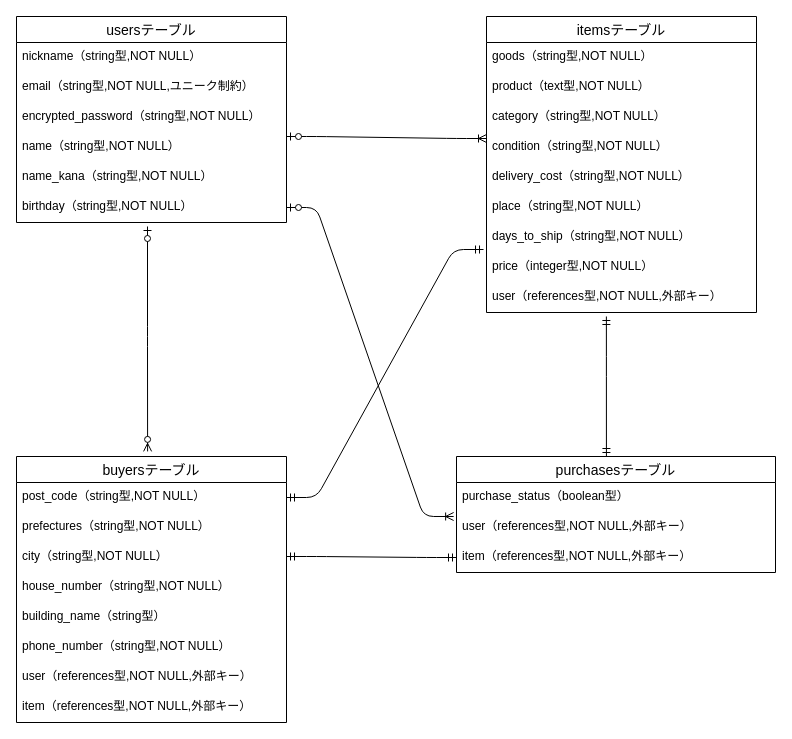
Earlier version of the draw.io diagram er.dio (ryomas501/furima-39757). Source tidied: cells renumbered, new cells numbered last; positions are measured from the earlier drawing's top-left corner, leaving out a move shared by most shapes. Both pictures are drawn from the tidied source at 100%, with x=0, y=0 at pixel (16, 16).
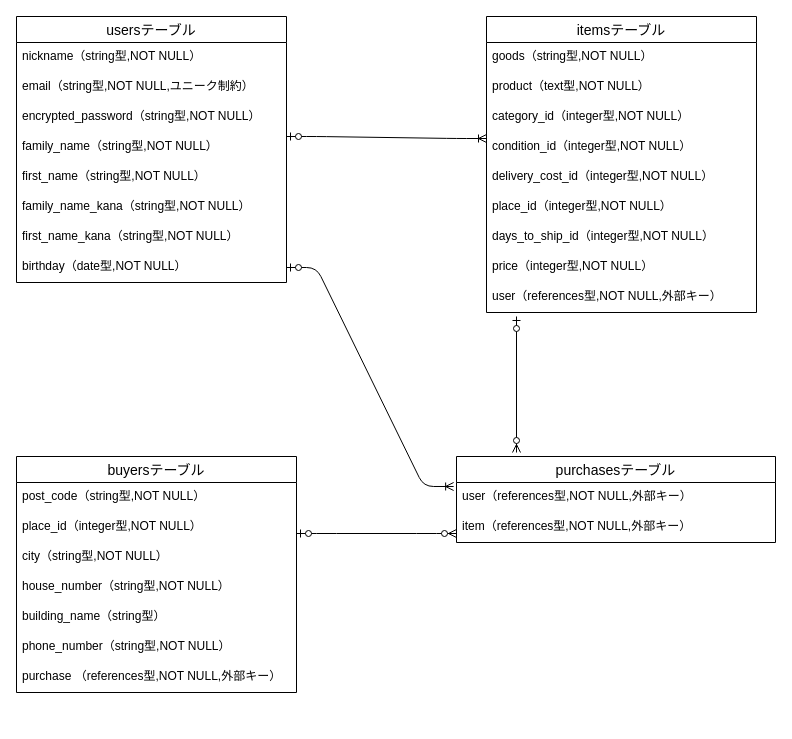
After the change.

Commit message (it also covers changes not shown here):
README・ER図作成（修正）

Unchanged cells that the change refers to:
```xml
<mxCell id="9" value="itemsテーブル" style="swimlane;fontStyle=0;horizontal=1;startSize=26;align=center;fontSize=14;" parent="1" vertex="1">
  <mxGeometry x="470" width="270" height="296" as="geometry" />
</mxCell>
<mxCell id="18" value="user（references型,NOT NULL,外部キー）" style="text;strokeColor=none;fillColor=none;spacingLeft=4;spacingRight=4;overflow=hidden;points=[[0,0.5],[1,0.5]];portConstraint=eastwest;fontSize=12;" parent="9" vertex="1">
  <mxGeometry y="266" width="270" height="30" as="geometry" />
</mxCell>
```

What changed in the source:
```diff
@@
     <mxCell id="2" value="usersテーブル" style="swimlane;fontStyle=0;horizontal=1;startSize=26;align=center;fontSize=14;" parent="1" vertex="1">
-      <mxGeometry width="270" height="206" as="geometry" />
+      <mxGeometry width="270" height="266" as="geometry" />
     </mxCell>
@@
-    <mxCell id="6" value="name（string型,NOT NULL）" style="text;strokeColor=none;fillColor=none;spacingLeft=4;spacingRight=4;overflow=hidden;fontSize=12;" parent="2" vertex="1">
+    <mxCell id="6" value="family_name（string型,NOT NULL）" style="text;strokeColor=none;fillColor=none;spacingLeft=4;spacingRight=4;overflow=hidden;fontSize=12;" parent="2" vertex="1">
       <mxGeometry y="116" width="270" height="30" as="geometry" />
     </mxCell>
+    <mxCell id="38" value="first_name（string型,NOT NULL）" style="text;strokeColor=none;fillColor=none;spacingLeft=4;spacingRight=4;overflow=hidden;fontSize=12;" parent="2" vertex="1">
+      <mxGeometry y="146" width="270" height="30" as="geometry" />
+    </mxCell>
-    <mxCell id="7" value="name_kana（string型,NOT NULL）" style="text;strokeColor=none;fillColor=none;spacingLeft=4;spacingRight=4;overflow=hidden;fontSize=12;" parent="2" vertex="1">
-      <mxGeometry y="146" width="270" height="30" as="geometry" />
+    <mxCell id="7" value="family_name_kana（string型,NOT NULL）" style="text;strokeColor=none;fillColor=none;spacingLeft=4;spacingRight=4;overflow=hidden;fontSize=12;" parent="2" vertex="1">
+      <mxGeometry y="176" width="270" height="30" as="geometry" />
     </mxCell>
+    <mxCell id="39" value="first_name_kana（string型,NOT NULL）" style="text;strokeColor=none;fillColor=none;spacingLeft=4;spacingRight=4;overflow=hidden;fontSize=12;" parent="2" vertex="1">
+      <mxGeometry y="206" width="270" height="30" as="geometry" />
+    </mxCell>
-    <mxCell id="8" value="birthday（string型,NOT NULL）" style="text;strokeColor=none;fillColor=none;spacingLeft=4;spacingRight=4;overflow=hidden;points=[[0,0.5],[1,0.5]];portConstraint=eastwest;fontSize=12;" parent="2" vertex="1">
-      <mxGeometry y="176" width="270" height="30" as="geometry" />
+    <mxCell id="8" value="birthday（date型,NOT NULL）" style="text;strokeColor=none;fillColor=none;spacingLeft=4;spacingRight=4;overflow=hidden;points=[[0,0.5],[1,0.5]];portConstraint=eastwest;fontSize=12;" parent="2" vertex="1">
+      <mxGeometry y="236" width="270" height="30" as="geometry" />
     </mxCell>
@@
-    <mxCell id="12" value="category（string型,NOT NULL）" style="text;strokeColor=none;fillColor=none;spacingLeft=4;spacingRight=4;overflow=hidden;fontSize=12;" parent="9" vertex="1">
+    <mxCell id="12" value="category_id（integer型,NOT NULL）" style="text;strokeColor=none;fillColor=none;spacingLeft=4;spacingRight=4;overflow=hidden;fontSize=12;" parent="9" vertex="1">
       <mxGeometry y="86" width="270" height="30" as="geometry" />
     </mxCell>
-    <mxCell id="13" value="condition（string型,NOT NULL）" style="text;strokeColor=none;fillColor=none;spacingLeft=4;spacingRight=4;overflow=hidden;fontSize=12;" parent="9" vertex="1">
+    <mxCell id="13" value="condition_id（integer型,NOT NULL）" style="text;strokeColor=none;fillColor=none;spacingLeft=4;spacingRight=4;overflow=hidden;fontSize=12;" parent="9" vertex="1">
       <mxGeometry y="116" width="270" height="30" as="geometry" />
     </mxCell>
-    <mxCell id="14" value="delivery_cost（string型,NOT NULL）" style="text;strokeColor=none;fillColor=none;spacingLeft=4;spacingRight=4;overflow=hidden;fontSize=12;" parent="9" vertex="1">
+    <mxCell id="14" value="delivery_cost_id（integer型,NOT NULL）" style="text;strokeColor=none;fillColor=none;spacingLeft=4;spacingRight=4;overflow=hidden;fontSize=12;" parent="9" vertex="1">
       <mxGeometry y="146" width="270" height="30" as="geometry" />
     </mxCell>
-    <mxCell id="15" value="place（string型,NOT NULL）" style="text;strokeColor=none;fillColor=none;spacingLeft=4;spacingRight=4;overflow=hidden;fontSize=12;" parent="9" vertex="1">
+    <mxCell id="15" value="place_id（integer型,NOT NULL）" style="text;strokeColor=none;fillColor=none;spacingLeft=4;spacingRight=4;overflow=hidden;fontSize=12;" parent="9" vertex="1">
       <mxGeometry y="176" width="270" height="30" as="geometry" />
     </mxCell>
-    <mxCell id="16" value="days_to_ship（string型,NOT NULL）" style="text;strokeColor=none;fillColor=none;spacingLeft=4;spacingRight=4;overflow=hidden;points=[[0,0.5],[1,0.5]];portConstraint=eastwest;fontSize=12;" parent="9" vertex="1">
+    <mxCell id="16" value="days_to_ship_id（integer型,NOT NULL）" style="text;strokeColor=none;fillColor=none;spacingLeft=4;spacingRight=4;overflow=hidden;points=[[0,0.5],[1,0.5]];portConstraint=eastwest;fontSize=12;" parent="9" vertex="1">
       <mxGeometry y="206" width="270" height="30" as="geometry" />
     </mxCell>
@@
+    <mxCell id="40" style="edgeStyle=orthogonalEdgeStyle;fontSize=12;html=1;endArrow=ERzeroToMany;startArrow=ERzeroToOne;entryX=0.111;entryY=1.133;entryDx=0;entryDy=0;entryPerimeter=0;exitX=0.111;exitY=1.133;exitDx=0;exitDy=0;exitPerimeter=0;" parent="9" edge="1" source="18">
+      <mxGeometry relative="1" as="geometry">
+        <mxPoint x="30" y="436" as="targetPoint" />
+        <Array as="points">
+          <mxPoint x="30" y="436" />
+        </Array>
+      </mxGeometry>
+    </mxCell>
     <mxCell id="19" value="buyersテーブル" style="swimlane;fontStyle=0;horizontal=1;startSize=26;align=center;fontSize=14;" parent="1" vertex="1">
-      <mxGeometry y="440" width="270" height="266" as="geometry" />
+      <mxGeometry y="440" width="280" height="236" as="geometry" />
     </mxCell>
     <mxCell id="20" value="post_code（string型,NOT NULL）" style="text;strokeColor=none;fillColor=none;spacingLeft=4;spacingRight=4;overflow=hidden;points=[[0,0.5],[1,0.5]];portConstraint=eastwest;fontSize=12;" parent="19" vertex="1">
-      <mxGeometry y="26" width="270" height="30" as="geometry" />
+      <mxGeometry y="26" width="280" height="30" as="geometry" />
     </mxCell>
-    <mxCell id="21" value="prefectures（string型,NOT NULL）" style="text;strokeColor=none;fillColor=none;spacingLeft=4;spacingRight=4;overflow=hidden;fontSize=12;" parent="19" vertex="1">
-      <mxGeometry y="56" width="270" height="30" as="geometry" />
+    <mxCell id="21" value="place_id（integer型,NOT NULL）" style="text;strokeColor=none;fillColor=none;spacingLeft=4;spacingRight=4;overflow=hidden;fontSize=12;" parent="19" vertex="1">
+      <mxGeometry y="56" width="280" height="30" as="geometry" />
     </mxCell>
     <mxCell id="22" value="city（string型,NOT NULL）" style="text;strokeColor=none;fillColor=none;spacingLeft=4;spacingRight=4;overflow=hidden;fontSize=12;" parent="19" vertex="1">
-      <mxGeometry y="86" width="270" height="30" as="geometry" />
+      <mxGeometry y="86" width="280" height="30" as="geometry" />
     </mxCell>
     <mxCell id="23" value="house_number（string型,NOT NULL）" style="text;strokeColor=none;fillColor=none;spacingLeft=4;spacingRight=4;overflow=hidden;fontSize=12;" parent="19" vertex="1">
-      <mxGeometry y="116" width="270" height="30" as="geometry" />
+      <mxGeometry y="116" width="280" height="30" as="geometry" />
     </mxCell>
     <mxCell id="24" value="building_name（string型）" style="text;strokeColor=none;fillColor=none;spacingLeft=4;spacingRight=4;overflow=hidden;fontSize=12;" parent="19" vertex="1">
-      <mxGeometry y="146" width="270" height="30" as="geometry" />
+      <mxGeometry y="146" width="280" height="30" as="geometry" />
     </mxCell>
     <mxCell id="25" value="phone_number（string型,NOT NULL）" style="text;strokeColor=none;fillColor=none;spacingLeft=4;spacingRight=4;overflow=hidden;fontSize=12;" parent="19" vertex="1">
-      <mxGeometry y="176" width="270" height="30" as="geometry" />
+      <mxGeometry y="176" width="280" height="30" as="geometry" />
     </mxCell>
-    <mxCell id="26" value="user（references型,NOT NULL,外部キー）" style="text;strokeColor=none;fillColor=none;spacingLeft=4;spacingRight=4;overflow=hidden;fontSize=12;" parent="19" vertex="1">
-      <mxGeometry y="206" width="270" height="30" as="geometry" />
+    <mxCell id="26" value="purchase （references型,NOT NULL,外部キー）" style="text;strokeColor=none;fillColor=none;spacingLeft=4;spacingRight=4;overflow=hidden;fontSize=12;" parent="19" vertex="1">
+      <mxGeometry y="206" width="280" height="30" as="geometry" />
     </mxCell>
-    <mxCell id="27" value="item（references型,NOT NULL,外部キー）" style="text;strokeColor=none;fillColor=none;spacingLeft=4;spacingRight=4;overflow=hidden;fontSize=12;" parent="19" vertex="1">
-      <mxGeometry y="236" width="270" height="30" as="geometry" />
-    </mxCell>
     <mxCell id="28" value="purchasesテーブル" style="swimlane;fontStyle=0;horizontal=1;startSize=26;align=center;fontSize=14;" parent="1" vertex="1">
-      <mxGeometry x="440" y="440" width="319" height="116" as="geometry" />
+      <mxGeometry x="440" y="440" width="319" height="86" as="geometry" />
     </mxCell>
-    <mxCell id="29" value="purchase_status（boolean型）" style="text;strokeColor=none;fillColor=none;spacingLeft=4;spacingRight=4;overflow=hidden;fontSize=12;" parent="28" vertex="1">
-      <mxGeometry y="26" width="319" height="30" as="geometry" />
-    </mxCell>
     <mxCell id="30" value="user（references型,NOT NULL,外部キー）" style="text;strokeColor=none;fillColor=none;spacingLeft=4;spacingRight=4;overflow=hidden;points=[[0,0.5],[1,0.5]];portConstraint=eastwest;fontSize=12;" parent="28" vertex="1">
-      <mxGeometry y="56" width="319" height="30" as="geometry" />
+      <mxGeometry y="26" width="319" height="30" as="geometry" />
     </mxCell>
     <mxCell id="31" value="item（references型,NOT NULL,外部キー）" style="text;strokeColor=none;fillColor=none;spacingLeft=4;spacingRight=4;overflow=hidden;points=[[0,0.5],[1,0.5]];portConstraint=eastwest;fontSize=12;" parent="28" vertex="1">
-      <mxGeometry y="86" width="319" height="30" as="geometry" />
+      <mxGeometry y="56" width="319" height="30" as="geometry" />
     </mxCell>
@@
-    <mxCell id="34" style="edgeStyle=entityRelationEdgeStyle;fontSize=12;html=1;endArrow=ERmandOne;startArrow=ERmandOne;entryX=0;entryY=0.5;entryDx=0;entryDy=0;" parent="1" edge="1" target="31">
-      <mxGeometry relative="1" as="geometry">
-        <mxPoint x="270" y="540" as="sourcePoint" />
-      </mxGeometry>
-    </mxCell>
-    <mxCell id="35" style="edgeStyle=orthogonalEdgeStyle;fontSize=12;html=1;endArrow=ERmandOne;startArrow=ERmandOne;exitX=0.47;exitY=0;exitDx=0;exitDy=0;exitPerimeter=0;entryX=0.444;entryY=1.133;entryDx=0;entryDy=0;entryPerimeter=0;" parent="1" edge="1" source="28" target="18">
-      <mxGeometry relative="1" as="geometry">
-        <Array as="points">
-          <mxPoint x="590" y="350" />
-          <mxPoint x="590" y="350" />
-        </Array>
-      </mxGeometry>
-    </mxCell>
-    <mxCell id="36" style="edgeStyle=entityRelationEdgeStyle;fontSize=12;html=1;endArrow=ERmandOne;startArrow=ERmandOne;exitX=1;exitY=0.5;exitDx=0;exitDy=0;entryX=-0.011;entryY=0.9;entryDx=0;entryDy=0;entryPerimeter=0;" parent="1" edge="1" source="20" target="16">
-      <mxGeometry relative="1" as="geometry" />
-    </mxCell>
-    <mxCell id="37" style="edgeStyle=orthogonalEdgeStyle;fontSize=12;html=1;endArrow=ERzeroToMany;startArrow=ERzeroToOne;exitX=0.593;exitY=-0.019;exitDx=0;exitDy=0;exitPerimeter=0;entryX=0.593;entryY=-0.019;entryDx=0;entryDy=0;entryPerimeter=0;" parent="1" edge="1">
-      <mxGeometry relative="1" as="geometry">
-        <mxPoint x="131" y="210" as="sourcePoint" />
-        <mxPoint x="131.1" y="434.9" as="targetPoint" />
-        <Array as="points">
-          <mxPoint x="131" y="320" />
-          <mxPoint x="131" y="320" />
-        </Array>
-      </mxGeometry>
-    </mxCell>
+    <mxCell id="41" style="edgeStyle=entityRelationEdgeStyle;fontSize=12;html=1;endArrow=ERzeroToMany;startArrow=ERzeroToOne;" parent="1" edge="1">
+      <mxGeometry relative="1" as="geometry">
+        <mxPoint x="280" y="517" as="sourcePoint" />
+        <mxPoint x="440" y="517" as="targetPoint" />
+      </mxGeometry>
+    </mxCell>
```
